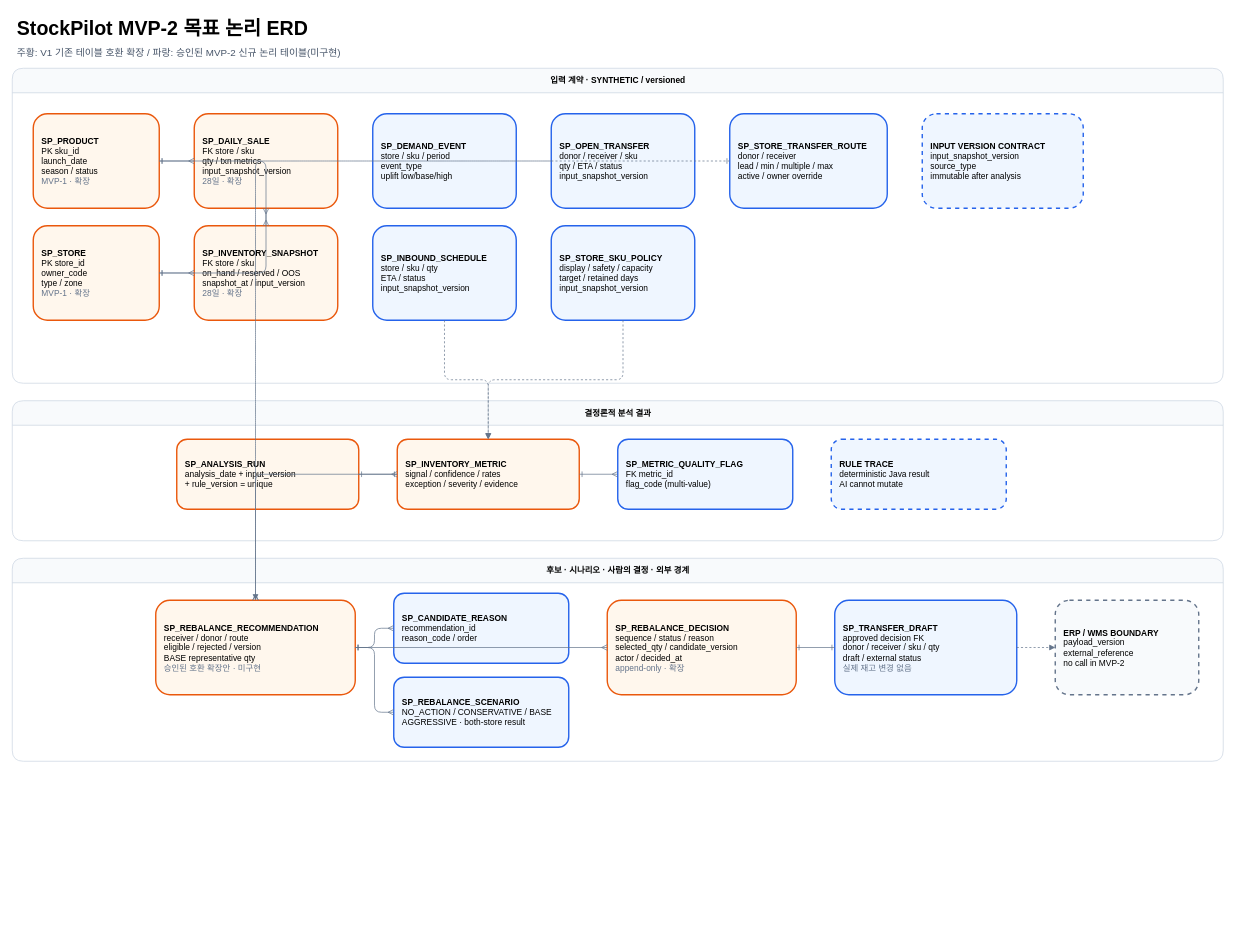
BapEgg/fashion-inventory-ops keeps this draw.io diagram as docs/diagrams/stockpilot-erd.drawio. Above is the earlier version. Source tidied: cells renumbered, new cells numbered last; positions are measured from the earlier drawing's top-left corner, leaving out a move shared by most shapes. Both pictures are drawn from the tidied source at 70%, with x=0, y=0 at pixel (12, 12).
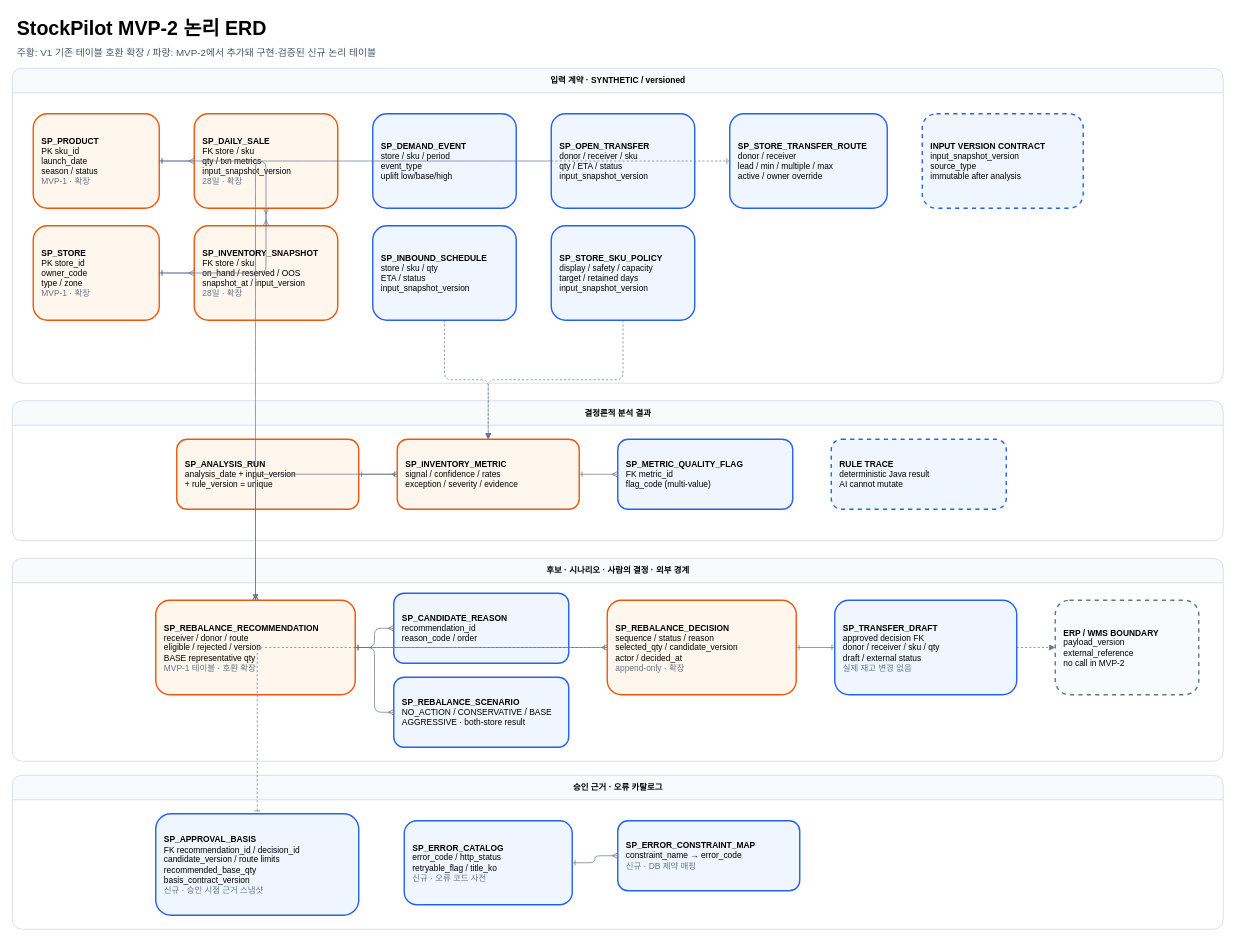
The same page after the edit.

Commit message (it also covers changes not shown here):
docs: polish README and refresh diagrams to reflect the accepted MVP-2 build

Unchanged cells that the change refers to:
```xml
<mxCell id="6" value="후보 · 시나리오 · 사람의 결정 · 외부 경계" style="swimlane;html=1;rounded=1;startSize=35;fillColor=#f8fafc;strokeColor=#cbd5e1;fontStyle=1;" parent="1" vertex="1">
  <mxGeometry y="780" width="1730" height="290" as="geometry" />
</mxCell>
<mxCell id="24" value="&lt;b&gt;SP_REBALANCE_DECISION&lt;/b&gt;&lt;br&gt;sequence / status / reason&lt;br&gt;selected_qty / candidate_version&lt;br&gt;actor / decided_at&lt;br&gt;&lt;font color='#64748b'&gt;append-only · 확장&lt;/font&gt;" style="rounded=1;whiteSpace=wrap;html=1;align=left;spacingLeft=10;fillColor=#fff7ed;strokeColor=#ea580c;strokeWidth=2;" parent="6" vertex="1">
  <mxGeometry x="850" y="60" width="270" height="135" as="geometry" />
</mxCell>
```

What changed in the source:
```diff
@@
-    <mxCell id="2" value="StockPilot MVP-2 목표 논리 ERD" style="text;html=1;fontSize=28;fontStyle=1;align=left;" parent="1" vertex="1">
+    <mxCell id="2" value="StockPilot MVP-2 논리 ERD" style="text;html=1;fontSize=28;fontStyle=1;align=left;" parent="1" vertex="1">
       <mxGeometry x="5" width="650" height="42" as="geometry" />
     </mxCell>
-    <mxCell id="3" value="주황: V1 기존 테이블 호환 확장 / 파랑: 승인된 MVP-2 신규 논리 테이블(미구현)" style="text;html=1;fontSize=14;fontColor=#475569;align=left;" parent="1" vertex="1">
+    <mxCell id="3" value="주황: V1 기존 테이블 호환 확장 / 파랑: MVP-2에서 추가돼 구현·검증된 신규 논리 테이블" style="text;html=1;fontSize=14;fontColor=#475569;align=left;" parent="1" vertex="1">
       <mxGeometry x="5" y="43" width="800" height="30" as="geometry" />
     </mxCell>
@@
+    <mxCell id="43" value="승인 근거 · 오류 카탈로그" style="swimlane;html=1;rounded=1;startSize=35;fillColor=#f8fafc;strokeColor=#cbd5e1;fontStyle=1;" parent="1" vertex="1">
+      <mxGeometry y="1090" width="1730" height="220" as="geometry" />
+    </mxCell>
@@
-    <mxCell id="21" value="&lt;b&gt;SP_REBALANCE_RECOMMENDATION&lt;/b&gt;&lt;br&gt;receiver / donor / route&lt;br&gt;eligible / rejected / version&lt;br&gt;BASE representative qty&lt;br&gt;&lt;font color='#64748b'&gt;승인된 호환 확장안 · 미구현&lt;/font&gt;" style="rounded=1;whiteSpace=wrap;html=1;align=left;spacingLeft=10;fillColor=#fff7ed;strokeColor=#ea580c;strokeWidth=2;" parent="6" vertex="1">
+    <mxCell id="21" value="&lt;b&gt;SP_REBALANCE_RECOMMENDATION&lt;/b&gt;&lt;br&gt;receiver / donor / route&lt;br&gt;eligible / rejected / version&lt;br&gt;BASE representative qty&lt;br&gt;&lt;font color='#64748b'&gt;MVP-1 테이블 · 호환 확장&lt;/font&gt;" style="rounded=1;whiteSpace=wrap;html=1;align=left;spacingLeft=10;fillColor=#fff7ed;strokeColor=#ea580c;strokeWidth=2;" parent="6" vertex="1">
       <mxGeometry x="205" y="60" width="285" height="135" as="geometry" />
     </mxCell>
@@
+    <mxCell id="44" value="&lt;b&gt;SP_APPROVAL_BASIS&lt;/b&gt;&lt;br&gt;FK recommendation_id / decision_id&lt;br&gt;candidate_version / route limits&lt;br&gt;recommended_base_qty&lt;br&gt;basis_contract_version&lt;br&gt;&lt;font color='#64748b'&gt;신규 · 승인 시점 근거 스냅샷&lt;/font&gt;" style="rounded=1;whiteSpace=wrap;html=1;align=left;spacingLeft=10;fillColor=#eff6ff;strokeColor=#2563eb;strokeWidth=2;" parent="43" vertex="1">
+      <mxGeometry x="205" y="55" width="290" height="145" as="geometry" />
+    </mxCell>
+    <mxCell id="45" value="&lt;b&gt;SP_ERROR_CATALOG&lt;/b&gt;&lt;br&gt;error_code / http_status&lt;br&gt;retryable_flag / title_ko&lt;br&gt;&lt;font color='#64748b'&gt;신규 · 오류 코드 사전&lt;/font&gt;" style="rounded=1;whiteSpace=wrap;html=1;align=left;spacingLeft=10;fillColor=#eff6ff;strokeColor=#2563eb;strokeWidth=2;" parent="43" vertex="1">
+      <mxGeometry x="560" y="65" width="240" height="120" as="geometry" />
+    </mxCell>
+    <mxCell id="46" value="&lt;b&gt;SP_ERROR_CONSTRAINT_MAP&lt;/b&gt;&lt;br&gt;constraint_name → error_code&lt;br&gt;&lt;font color='#64748b'&gt;신규 · DB 제약 매핑&lt;/font&gt;" style="rounded=1;whiteSpace=wrap;html=1;align=left;spacingLeft=10;fillColor=#eff6ff;strokeColor=#2563eb;strokeWidth=2;" parent="43" vertex="1">
+      <mxGeometry x="865" y="65" width="260" height="100" as="geometry" />
+    </mxCell>
+    <mxCell id="47" style="edgeStyle=orthogonalEdgeStyle;endArrow=ERone;startArrow=ERone;dashed=1;strokeColor=#64748b;" parent="1" edge="1" source="24" target="44">
+      <mxGeometry relative="1" as="geometry" />
+    </mxCell>
+    <mxCell id="48" style="edgeStyle=orthogonalEdgeStyle;endArrow=ERmany;startArrow=ERone;strokeColor=#64748b;" parent="43" edge="1" source="45" target="46">
+      <mxGeometry relative="1" as="geometry" />
+    </mxCell>
```
